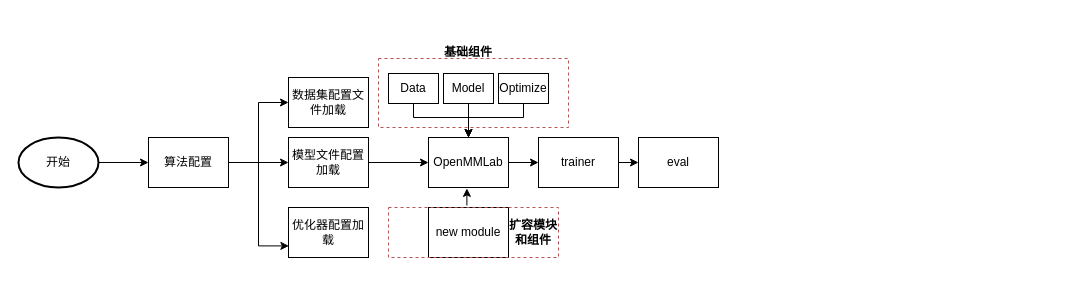
The draw.io diagram 算法应用框架开发.drawio in paleblackless/diagrams, before the edit. Source tidied: cells renumbered, new cells numbered last; positions are measured from the earlier drawing's top-left corner, leaving out a move shared by most shapes. Both pictures are drawn from the tidied source at 100%, with x=0, y=0 at pixel (18, 37).
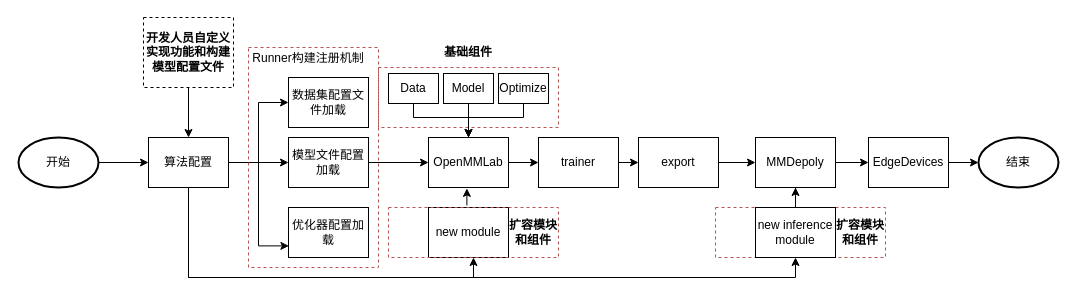
After the change.

Commit message (it also covers changes not shown here):
更新算法应用框架开发.drawio

The change refers to these unchanged cells:
```xml
<mxCell id="7" value="算法配置" style="rounded=0;whiteSpace=wrap;html=1;" parent="1" vertex="1">
  <mxGeometry x="130" y="100" width="80" height="50" as="geometry" />
</mxCell>
<mxCell id="28" style="rounded=0;whiteSpace=wrap;html=1;fillColor=none;strokeColor=#b85450;dashed=1;" parent="1" vertex="1">
  <mxGeometry x="370" y="170" width="170" height="50" as="geometry" />
</mxCell>
```

Change to the diagram source:
```diff
@@
+    <mxCell id="26" style="rounded=0;whiteSpace=wrap;html=1;fillColor=none;strokeColor=#b85450;dashed=1;" parent="1" vertex="1">
+      <mxGeometry x="360" y="30" width="180" height="60" as="geometry" />
+    </mxCell>
@@
+    <mxCell id="30" style="edgeStyle=orthogonalEdgeStyle;rounded=0;jettySize=auto;html=1;exitX=0.5;exitY=1;exitDx=0;exitDy=0;entryX=0.5;entryY=1;entryDx=0;entryDy=0;" parent="1" edge="1" source="7" target="28">
+      <mxGeometry relative="1" as="geometry" />
+    </mxCell>
+    <mxCell id="31" style="edgeStyle=orthogonalEdgeStyle;rounded=0;jettySize=auto;html=1;entryX=0.5;entryY=1;entryDx=0;entryDy=0;" parent="1" edge="1" source="7" target="39">
+      <mxGeometry relative="1" as="geometry">
+        <Array as="points">
+          <mxPoint x="170" y="240" />
+          <mxPoint x="777" y="240" />
+        </Array>
+      </mxGeometry>
+    </mxCell>
@@
+    <mxCell id="32" style="edgeStyle=orthogonalEdgeStyle;rounded=0;jettySize=auto;html=1;exitX=1;exitY=0.5;exitDx=0;exitDy=0;entryX=0;entryY=0.5;entryDx=0;entryDy=0;" parent="1" edge="1" source="25" target="36">
+      <mxGeometry relative="1" as="geometry" />
+    </mxCell>
-    <mxCell id="25" value="eval" style="rounded=0;whiteSpace=wrap;html=1;" parent="1" vertex="1">
+    <mxCell id="25" value="export" style="rounded=0;whiteSpace=wrap;html=1;" parent="1" vertex="1">
       <mxGeometry x="620" y="100" width="80" height="50" as="geometry" />
     </mxCell>
-    <mxCell id="26" style="rounded=0;whiteSpace=wrap;html=1;fillColor=none;strokeColor=#b85450;dashed=1;" parent="1" vertex="1">
-      <mxGeometry x="360" y="21" width="190" height="69" as="geometry" />
-    </mxCell>
@@
+    <mxCell id="33" style="rounded=0;whiteSpace=wrap;html=1;fillColor=none;strokeColor=#b85450;dashed=1;" parent="1" vertex="1">
+      <mxGeometry x="230" y="10" width="130" height="220" as="geometry" />
+    </mxCell>
+    <mxCell id="34" value="Runner构建注册机制" style="text;html=1;strokeColor=none;fillColor=none;align=center;verticalAlign=middle;whiteSpace=wrap;rounded=0;dashed=1;" parent="1" vertex="1">
+      <mxGeometry x="230" y="6" width="120" height="30" as="geometry" />
+    </mxCell>
+    <mxCell id="35" style="edgeStyle=orthogonalEdgeStyle;rounded=0;jettySize=auto;html=1;exitX=1;exitY=0.5;exitDx=0;exitDy=0;entryX=0;entryY=0.5;entryDx=0;entryDy=0;" parent="1" edge="1" source="36" target="42">
+      <mxGeometry relative="1" as="geometry" />
+    </mxCell>
+    <mxCell id="36" value="MMDepoly" style="rounded=0;whiteSpace=wrap;html=1;" parent="1" vertex="1">
+      <mxGeometry x="737" y="100" width="80" height="50" as="geometry" />
+    </mxCell>
+    <mxCell id="37" style="rounded=0;whiteSpace=wrap;html=1;fillColor=none;strokeColor=#b85450;dashed=1;" parent="1" vertex="1">
+      <mxGeometry x="697" y="170" width="170" height="50" as="geometry" />
+    </mxCell>
+    <mxCell id="38" style="edgeStyle=orthogonalEdgeStyle;rounded=0;jettySize=auto;html=1;" parent="1" edge="1" source="39" target="36">
+      <mxGeometry relative="1" as="geometry" />
+    </mxCell>
+    <mxCell id="39" value="new inference&lt;br&gt;module" style="rounded=0;whiteSpace=wrap;html=1;" parent="1" vertex="1">
+      <mxGeometry x="737" y="170" width="80" height="50" as="geometry" />
+    </mxCell>
+    <mxCell id="40" value="&lt;b&gt;扩容模块和组件&lt;/b&gt;" style="text;html=1;strokeColor=none;fillColor=none;align=center;verticalAlign=middle;whiteSpace=wrap;rounded=0;dashed=1;" parent="1" vertex="1">
+      <mxGeometry x="817" y="180" width="50" height="30" as="geometry" />
+    </mxCell>
+    <mxCell id="41" style="edgeStyle=orthogonalEdgeStyle;rounded=0;jettySize=auto;html=1;exitX=1;exitY=0.5;exitDx=0;exitDy=0;entryX=0;entryY=0.5;entryDx=0;entryDy=0;entryPerimeter=0;" parent="1" edge="1" source="42" target="45">
+      <mxGeometry relative="1" as="geometry" />
+    </mxCell>
+    <mxCell id="42" value="EdgeDevices" style="rounded=0;whiteSpace=wrap;html=1;" parent="1" vertex="1">
+      <mxGeometry x="850" y="100" width="80" height="50" as="geometry" />
+    </mxCell>
+    <mxCell id="43" style="edgeStyle=orthogonalEdgeStyle;rounded=0;jettySize=auto;html=1;" parent="1" edge="1" source="44" target="7">
+      <mxGeometry relative="1" as="geometry" />
+    </mxCell>
+    <mxCell id="44" value="&lt;b&gt;开发人员自定义实现功能和构建模型配置文件&lt;/b&gt;" style="rounded=0;whiteSpace=wrap;html=1;dashed=1;fillColor=none;" parent="1" vertex="1">
+      <mxGeometry x="125" y="-20" width="90" height="70" as="geometry" />
+    </mxCell>
+    <mxCell id="45" value="结束" style="strokeWidth=2;html=1;shape=mxgraph.flowchart.start_1;whiteSpace=wrap;" parent="1" vertex="1">
+      <mxGeometry x="960" y="100" width="80" height="50" as="geometry" />
+    </mxCell>
```
